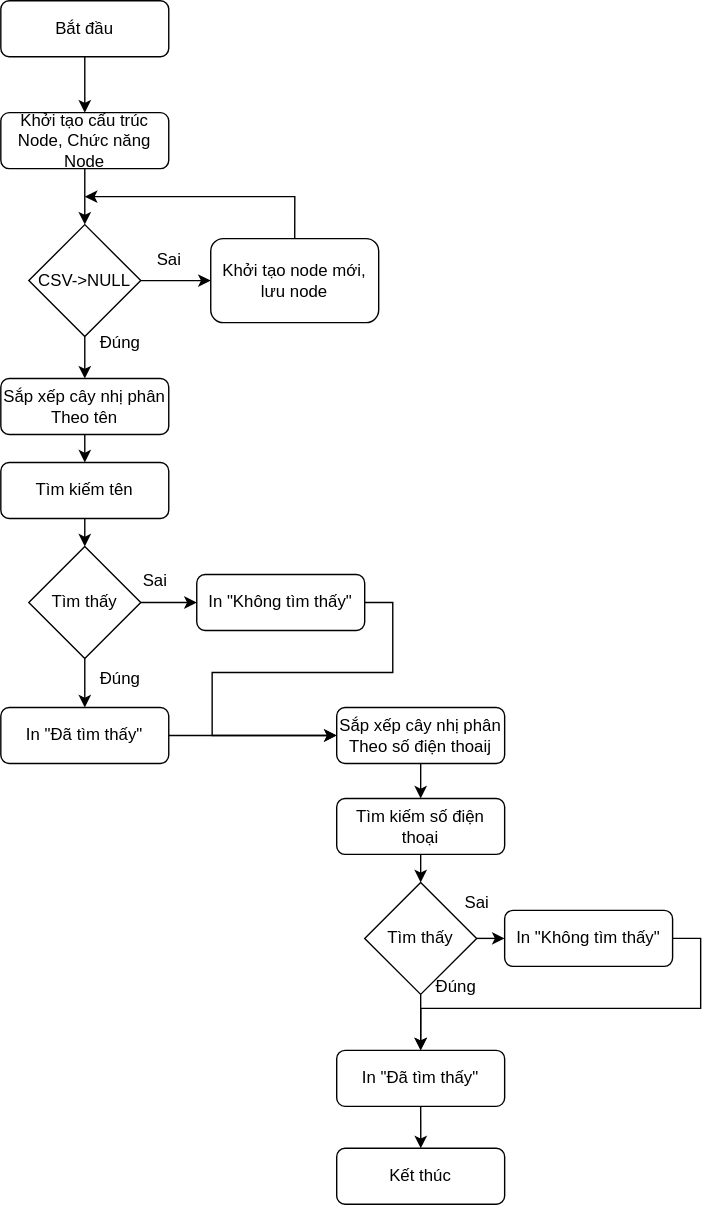
The draw.io diagram Bai12_BINARY_SEARCH/Untitled Diagram.drawio.svg in Daencr7/C_advanced, before a commit. Source tidied: cells renumbered, new cells last; positions are measured from the earlier drawing's top-left corner, leaving out a move shared by most shapes.
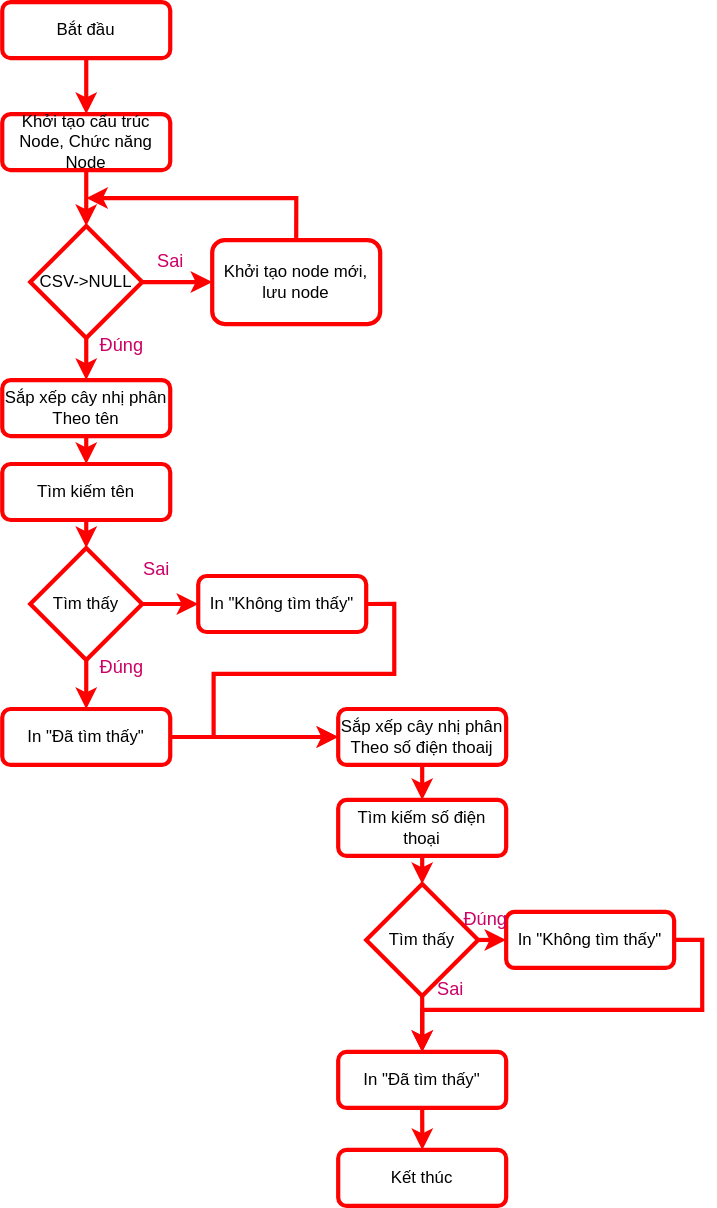
The same file after the commit.

The edit, as a diff of the source:
```diff
@@ -2,19 +2,19 @@
   <root>
     <mxCell id="0" />
     <mxCell id="1" parent="0" />
-    <mxCell id="2" style="edgeStyle=orthogonalEdgeStyle;rounded=0;jettySize=auto;html=1;exitX=0.5;exitY=1;exitDx=0;exitDy=0;entryX=0.5;entryY=0;entryDx=0;entryDy=0;" parent="1" edge="1" source="3" target="5">
+    <mxCell id="2" style="edgeStyle=orthogonalEdgeStyle;rounded=0;jettySize=auto;html=1;exitX=0.5;exitY=1;exitDx=0;exitDy=0;entryX=0.5;entryY=0;entryDx=0;entryDy=0;strokeWidth=3;strokeColor=#FF0000;" parent="1" edge="1" source="3" target="5">
       <mxGeometry relative="1" as="geometry" />
     </mxCell>
-    <mxCell id="3" value="Bắt đầu" style="rounded=1;whiteSpace=wrap;html=1;fontSize=12;glass=0;strokeWidth=1;shadow=0;" parent="1" vertex="1">
+    <mxCell id="3" value="Bắt đầu" style="rounded=1;whiteSpace=wrap;html=1;fontSize=12;glass=0;strokeWidth=3;shadow=0;strokeColor=#FF0000;" parent="1" vertex="1">
       <mxGeometry width="120" height="40" as="geometry" />
     </mxCell>
-    <mxCell id="4" style="edgeStyle=orthogonalEdgeStyle;rounded=0;jettySize=auto;html=1;exitX=0.5;exitY=1;exitDx=0;exitDy=0;entryX=0.5;entryY=0;entryDx=0;entryDy=0;" parent="1" edge="1" source="5" target="10">
+    <mxCell id="4" style="edgeStyle=orthogonalEdgeStyle;rounded=0;jettySize=auto;html=1;exitX=0.5;exitY=1;exitDx=0;exitDy=0;entryX=0.5;entryY=0;entryDx=0;entryDy=0;strokeWidth=3;strokeColor=#FF0000;" parent="1" edge="1" source="5" target="10">
       <mxGeometry relative="1" as="geometry" />
     </mxCell>
-    <mxCell id="5" value="Khởi tạo cấu trúc Node, Chức năng Node" style="rounded=1;whiteSpace=wrap;html=1;fontSize=12;glass=0;strokeWidth=1;shadow=0;" parent="1" vertex="1">
+    <mxCell id="5" value="Khởi tạo cấu trúc Node, Chức năng Node" style="rounded=1;whiteSpace=wrap;html=1;fontSize=12;glass=0;strokeWidth=3;shadow=0;strokeColor=#FF0000;" parent="1" vertex="1">
       <mxGeometry y="80" width="120" height="40" as="geometry" />
     </mxCell>
-    <mxCell id="6" style="edgeStyle=orthogonalEdgeStyle;rounded=0;jettySize=auto;html=1;exitX=0.5;exitY=0;exitDx=0;exitDy=0;" parent="1" edge="1" source="7">
+    <mxCell id="6" style="edgeStyle=orthogonalEdgeStyle;rounded=0;jettySize=auto;html=1;exitX=0.5;exitY=0;exitDx=0;exitDy=0;strokeWidth=3;strokeColor=#FF0000;" parent="1" edge="1" source="7">
       <mxGeometry relative="1" as="geometry">
         <mxPoint x="60" y="140" as="targetPoint" />
         <Array as="points">
@@ -22,43 +22,40 @@
         </Array>
       </mxGeometry>
     </mxCell>
-    <mxCell id="7" value="Khởi tạo node mới, lưu node" style="rounded=1;whiteSpace=wrap;html=1;fontSize=12;glass=0;strokeWidth=1;shadow=0;" parent="1" vertex="1">
+    <mxCell id="7" value="Khởi tạo node mới, lưu node" style="rounded=1;whiteSpace=wrap;html=1;fontSize=12;glass=0;strokeWidth=3;shadow=0;strokeColor=#FF0000;" parent="1" vertex="1">
       <mxGeometry x="150" y="170" width="120" height="60" as="geometry" />
     </mxCell>
-    <mxCell id="8" style="edgeStyle=orthogonalEdgeStyle;rounded=0;jettySize=auto;html=1;exitX=1;exitY=0.5;exitDx=0;exitDy=0;" parent="1" edge="1" source="10" target="7">
+    <mxCell id="8" style="edgeStyle=orthogonalEdgeStyle;rounded=0;jettySize=auto;html=1;exitX=1;exitY=0.5;exitDx=0;exitDy=0;strokeWidth=3;strokeColor=#FF0000;" parent="1" edge="1" source="10" target="7">
       <mxGeometry relative="1" as="geometry" />
     </mxCell>
-    <mxCell id="9" style="edgeStyle=orthogonalEdgeStyle;rounded=0;jettySize=auto;html=1;exitX=0.5;exitY=1;exitDx=0;exitDy=0;entryX=0.5;entryY=0;entryDx=0;entryDy=0;" parent="1" edge="1" source="10" target="13">
+    <mxCell id="9" style="edgeStyle=orthogonalEdgeStyle;rounded=0;jettySize=auto;html=1;exitX=0.5;exitY=1;exitDx=0;exitDy=0;entryX=0.5;entryY=0;entryDx=0;entryDy=0;strokeWidth=3;strokeColor=#FF0000;" parent="1" edge="1" source="10" target="13">
       <mxGeometry relative="1" as="geometry" />
     </mxCell>
-    <mxCell id="10" value="CSV-&amp;gt;NULL" style="rhombus;whiteSpace=wrap;html=1;" parent="1" vertex="1">
+    <mxCell id="10" value="CSV-&amp;gt;NULL" style="rhombus;whiteSpace=wrap;html=1;strokeWidth=3;strokeColor=#FF0000;" parent="1" vertex="1">
       <mxGeometry x="20" y="160" width="80" height="80" as="geometry" />
     </mxCell>
-    <mxCell id="11" value="Sai" style="text;html=1;align=center;verticalAlign=middle;strokeColor=none;fillColor=none;" parent="1" vertex="1">
-      <mxGeometry x="100" y="170" width="40" height="30" as="geometry" />
-    </mxCell>
-    <mxCell id="12" style="edgeStyle=orthogonalEdgeStyle;rounded=0;jettySize=auto;html=1;exitX=0.5;exitY=1;exitDx=0;exitDy=0;entryX=0.5;entryY=0;entryDx=0;entryDy=0;" parent="1" edge="1" source="13" target="15">
+    <mxCell id="12" style="edgeStyle=orthogonalEdgeStyle;rounded=0;jettySize=auto;html=1;exitX=0.5;exitY=1;exitDx=0;exitDy=0;entryX=0.5;entryY=0;entryDx=0;entryDy=0;strokeWidth=3;strokeColor=#FF0000;" parent="1" edge="1" source="13" target="15">
       <mxGeometry relative="1" as="geometry" />
     </mxCell>
-    <mxCell id="13" value="&lt;div&gt;Sắp xếp cây nhị phân&lt;/div&gt;&lt;div&gt;Theo tên&lt;/div&gt;" style="rounded=1;whiteSpace=wrap;html=1;fontSize=12;glass=0;strokeWidth=1;shadow=0;" parent="1" vertex="1">
+    <mxCell id="13" value="&lt;div&gt;Sắp xếp cây nhị phân&lt;/div&gt;&lt;div&gt;Theo tên&lt;/div&gt;" style="rounded=1;whiteSpace=wrap;html=1;fontSize=12;glass=0;strokeWidth=3;shadow=0;strokeColor=#FF0000;" parent="1" vertex="1">
       <mxGeometry y="270" width="120" height="40" as="geometry" />
     </mxCell>
-    <mxCell id="14" style="edgeStyle=orthogonalEdgeStyle;rounded=0;jettySize=auto;html=1;exitX=0.5;exitY=1;exitDx=0;exitDy=0;entryX=0.5;entryY=0;entryDx=0;entryDy=0;" parent="1" edge="1" source="15" target="18">
+    <mxCell id="14" style="edgeStyle=orthogonalEdgeStyle;rounded=0;jettySize=auto;html=1;exitX=0.5;exitY=1;exitDx=0;exitDy=0;entryX=0.5;entryY=0;entryDx=0;entryDy=0;strokeWidth=3;strokeColor=#FF0000;" parent="1" edge="1" source="15" target="18">
       <mxGeometry relative="1" as="geometry" />
     </mxCell>
-    <mxCell id="15" value="Tìm kiếm tên" style="rounded=1;whiteSpace=wrap;html=1;fontSize=12;glass=0;strokeWidth=1;shadow=0;" parent="1" vertex="1">
+    <mxCell id="15" value="Tìm kiếm tên" style="rounded=1;whiteSpace=wrap;html=1;fontSize=12;glass=0;strokeWidth=3;shadow=0;strokeColor=#FF0000;" parent="1" vertex="1">
       <mxGeometry y="330" width="120" height="40" as="geometry" />
     </mxCell>
-    <mxCell id="16" style="edgeStyle=orthogonalEdgeStyle;rounded=0;jettySize=auto;html=1;exitX=1;exitY=0.5;exitDx=0;exitDy=0;entryX=0;entryY=0.5;entryDx=0;entryDy=0;" parent="1" edge="1" source="18" target="20">
+    <mxCell id="16" style="edgeStyle=orthogonalEdgeStyle;rounded=0;jettySize=auto;html=1;exitX=1;exitY=0.5;exitDx=0;exitDy=0;entryX=0;entryY=0.5;entryDx=0;entryDy=0;strokeWidth=3;strokeColor=#FF0000;" parent="1" edge="1" source="18" target="20">
       <mxGeometry relative="1" as="geometry" />
     </mxCell>
-    <mxCell id="17" style="edgeStyle=orthogonalEdgeStyle;rounded=0;jettySize=auto;html=1;exitX=0.5;exitY=1;exitDx=0;exitDy=0;entryX=0.5;entryY=0;entryDx=0;entryDy=0;" parent="1" edge="1" source="18" target="22">
+    <mxCell id="17" style="edgeStyle=orthogonalEdgeStyle;rounded=0;jettySize=auto;html=1;exitX=0.5;exitY=1;exitDx=0;exitDy=0;entryX=0.5;entryY=0;entryDx=0;entryDy=0;strokeWidth=3;strokeColor=#FF0000;" parent="1" edge="1" source="18" target="22">
       <mxGeometry relative="1" as="geometry" />
     </mxCell>
-    <mxCell id="18" value="Tìm thấy" style="rhombus;whiteSpace=wrap;html=1;" parent="1" vertex="1">
+    <mxCell id="18" value="Tìm thấy" style="rhombus;whiteSpace=wrap;html=1;strokeWidth=3;strokeColor=#FF0000;" parent="1" vertex="1">
       <mxGeometry x="20" y="390" width="80" height="80" as="geometry" />
     </mxCell>
-    <mxCell id="19" style="edgeStyle=orthogonalEdgeStyle;rounded=0;jettySize=auto;html=1;exitX=1;exitY=0.5;exitDx=0;exitDy=0;entryX=0;entryY=0.5;entryDx=0;entryDy=0;" parent="1" edge="1" source="20" target="27">
+    <mxCell id="19" style="edgeStyle=orthogonalEdgeStyle;rounded=0;jettySize=auto;html=1;exitX=1;exitY=0.5;exitDx=0;exitDy=0;entryX=0;entryY=0.5;entryDx=0;entryDy=0;strokeWidth=3;strokeColor=#FF0000;" parent="1" edge="1" source="20" target="27">
       <mxGeometry relative="1" as="geometry">
         <Array as="points">
           <mxPoint x="280" y="430" />
@@ -68,65 +65,68 @@
         </Array>
       </mxGeometry>
     </mxCell>
-    <mxCell id="20" value="In &quot;Không tìm thấy&quot;" style="rounded=1;whiteSpace=wrap;html=1;fontSize=12;glass=0;strokeWidth=1;shadow=0;" parent="1" vertex="1">
+    <mxCell id="20" value="In &quot;Không tìm thấy&quot;" style="rounded=1;whiteSpace=wrap;html=1;fontSize=12;glass=0;strokeWidth=3;shadow=0;strokeColor=#FF0000;" parent="1" vertex="1">
       <mxGeometry x="140" y="410" width="120" height="40" as="geometry" />
     </mxCell>
-    <mxCell id="21" style="edgeStyle=orthogonalEdgeStyle;rounded=0;jettySize=auto;html=1;exitX=1;exitY=0.5;exitDx=0;exitDy=0;entryX=0;entryY=0.5;entryDx=0;entryDy=0;" parent="1" edge="1" source="22" target="27">
+    <mxCell id="21" style="edgeStyle=orthogonalEdgeStyle;rounded=0;jettySize=auto;html=1;exitX=1;exitY=0.5;exitDx=0;exitDy=0;entryX=0;entryY=0.5;entryDx=0;entryDy=0;strokeWidth=3;strokeColor=#FF0000;" parent="1" edge="1" source="22" target="27">
       <mxGeometry relative="1" as="geometry" />
     </mxCell>
-    <mxCell id="22" value="In &quot;Đã tìm thấy&quot;" style="rounded=1;whiteSpace=wrap;html=1;fontSize=12;glass=0;strokeWidth=1;shadow=0;" parent="1" vertex="1">
+    <mxCell id="22" value="In &quot;Đã tìm thấy&quot;" style="rounded=1;whiteSpace=wrap;html=1;fontSize=12;glass=0;strokeWidth=3;shadow=0;strokeColor=#FF0000;" parent="1" vertex="1">
       <mxGeometry y="505" width="120" height="40" as="geometry" />
     </mxCell>
-    <mxCell id="23" value="Đúng" style="text;html=1;align=center;verticalAlign=middle;strokeColor=none;fillColor=none;" parent="1" vertex="1">
-      <mxGeometry x="60" y="470" width="50" height="30" as="geometry" />
+    <mxCell id="23" value="Đúng" style="text;html=1;align=center;verticalAlign=middle;strokeColor=none;fillColor=none;fontSize=13;fontColor=#CC0066;" parent="1" vertex="1">
+      <mxGeometry x="60" y="230" width="50" height="30" as="geometry" />
     </mxCell>
-    <mxCell id="24" value="Sai" style="text;html=1;align=center;verticalAlign=middle;strokeColor=none;fillColor=none;" parent="1" vertex="1">
-      <mxGeometry x="90" y="400" width="40" height="30" as="geometry" />
+    <mxCell id="24" value="Sai" style="text;html=1;align=center;verticalAlign=middle;strokeColor=none;fillColor=none;fontSize=13;fontColor=#CC0066;" parent="1" vertex="1">
+      <mxGeometry x="90" y="390" width="40" height="30" as="geometry" />
     </mxCell>
-    <mxCell id="25" value="Đúng" style="text;html=1;align=center;verticalAlign=middle;strokeColor=none;fillColor=none;" parent="1" vertex="1">
-      <mxGeometry x="60" y="230" width="50" height="30" as="geometry" />
+    <mxCell id="25" value="Đúng" style="text;html=1;align=center;verticalAlign=middle;strokeColor=none;fillColor=none;fontSize=13;fontColor=#CC0066;" parent="1" vertex="1">
+      <mxGeometry x="60" y="460" width="50" height="30" as="geometry" />
     </mxCell>
-    <mxCell id="26" style="edgeStyle=orthogonalEdgeStyle;rounded=0;jettySize=auto;html=1;exitX=0.5;exitY=1;exitDx=0;exitDy=0;entryX=0.5;entryY=0;entryDx=0;entryDy=0;" parent="1" edge="1" source="27" target="29">
+    <mxCell id="26" style="edgeStyle=orthogonalEdgeStyle;rounded=0;jettySize=auto;html=1;exitX=0.5;exitY=1;exitDx=0;exitDy=0;entryX=0.5;entryY=0;entryDx=0;entryDy=0;strokeWidth=3;strokeColor=#FF0000;" parent="1" edge="1" source="27" target="29">
       <mxGeometry relative="1" as="geometry" />
     </mxCell>
-    <mxCell id="27" value="&lt;div&gt;Sắp xếp cây nhị phân&lt;/div&gt;&lt;div&gt;Theo số điện thoaij&lt;/div&gt;" style="rounded=1;whiteSpace=wrap;html=1;fontSize=12;glass=0;strokeWidth=1;shadow=0;" parent="1" vertex="1">
+    <mxCell id="27" value="&lt;div&gt;Sắp xếp cây nhị phân&lt;/div&gt;&lt;div&gt;Theo số điện thoaij&lt;/div&gt;" style="rounded=1;whiteSpace=wrap;html=1;fontSize=12;glass=0;strokeWidth=3;shadow=0;strokeColor=#FF0000;" parent="1" vertex="1">
       <mxGeometry x="240" y="505" width="120" height="40" as="geometry" />
     </mxCell>
-    <mxCell id="28" style="edgeStyle=orthogonalEdgeStyle;rounded=0;jettySize=auto;html=1;exitX=0.5;exitY=1;exitDx=0;exitDy=0;entryX=0.5;entryY=0;entryDx=0;entryDy=0;" parent="1" edge="1" source="29" target="32">
+    <mxCell id="28" style="edgeStyle=orthogonalEdgeStyle;rounded=0;jettySize=auto;html=1;exitX=0.5;exitY=1;exitDx=0;exitDy=0;entryX=0.5;entryY=0;entryDx=0;entryDy=0;strokeWidth=3;strokeColor=#FF0000;" parent="1" edge="1" source="29" target="32">
       <mxGeometry relative="1" as="geometry" />
     </mxCell>
-    <mxCell id="29" value="Tìm kiếm số điện thoại" style="rounded=1;whiteSpace=wrap;html=1;fontSize=12;glass=0;strokeWidth=1;shadow=0;" parent="1" vertex="1">
+    <mxCell id="29" value="Tìm kiếm số điện thoại" style="rounded=1;whiteSpace=wrap;html=1;fontSize=12;glass=0;strokeWidth=3;shadow=0;strokeColor=#FF0000;" parent="1" vertex="1">
       <mxGeometry x="240" y="570" width="120" height="40" as="geometry" />
     </mxCell>
-    <mxCell id="30" style="edgeStyle=orthogonalEdgeStyle;rounded=0;jettySize=auto;html=1;exitX=1;exitY=0.5;exitDx=0;exitDy=0;entryX=0;entryY=0.5;entryDx=0;entryDy=0;" parent="1" edge="1" source="32" target="34">
+    <mxCell id="30" style="edgeStyle=orthogonalEdgeStyle;rounded=0;jettySize=auto;html=1;exitX=1;exitY=0.5;exitDx=0;exitDy=0;entryX=0;entryY=0.5;entryDx=0;entryDy=0;strokeWidth=3;strokeColor=#FF0000;" parent="1" edge="1" source="32" target="34">
       <mxGeometry relative="1" as="geometry" />
     </mxCell>
-    <mxCell id="31" style="edgeStyle=orthogonalEdgeStyle;rounded=0;jettySize=auto;html=1;exitX=0.5;exitY=1;exitDx=0;exitDy=0;entryX=0.5;entryY=0;entryDx=0;entryDy=0;" parent="1" edge="1" source="32" target="36">
+    <mxCell id="31" style="edgeStyle=orthogonalEdgeStyle;rounded=0;jettySize=auto;html=1;exitX=0.5;exitY=1;exitDx=0;exitDy=0;entryX=0.5;entryY=0;entryDx=0;entryDy=0;strokeWidth=3;strokeColor=#FF0000;" parent="1" edge="1" source="32" target="36">
       <mxGeometry relative="1" as="geometry" />
     </mxCell>
-    <mxCell id="32" value="Tìm thấy" style="rhombus;whiteSpace=wrap;html=1;" parent="1" vertex="1">
+    <mxCell id="32" value="Tìm thấy" style="rhombus;whiteSpace=wrap;html=1;strokeWidth=3;strokeColor=#FF0000;" parent="1" vertex="1">
       <mxGeometry x="260" y="630" width="80" height="80" as="geometry" />
     </mxCell>
-    <mxCell id="33" style="edgeStyle=orthogonalEdgeStyle;rounded=0;jettySize=auto;html=1;exitX=1;exitY=0.5;exitDx=0;exitDy=0;entryX=0.5;entryY=0;entryDx=0;entryDy=0;" parent="1" edge="1" source="34" target="36">
+    <mxCell id="33" style="edgeStyle=orthogonalEdgeStyle;rounded=0;jettySize=auto;html=1;exitX=1;exitY=0.5;exitDx=0;exitDy=0;entryX=0.5;entryY=0;entryDx=0;entryDy=0;strokeWidth=3;strokeColor=#FF0000;" parent="1" edge="1" source="34" target="36">
       <mxGeometry relative="1" as="geometry" />
     </mxCell>
-    <mxCell id="34" value="In &quot;Không tìm thấy&quot;" style="rounded=1;whiteSpace=wrap;html=1;fontSize=12;glass=0;strokeWidth=1;shadow=0;" parent="1" vertex="1">
+    <mxCell id="34" value="In &quot;Không tìm thấy&quot;" style="rounded=1;whiteSpace=wrap;html=1;fontSize=12;glass=0;strokeWidth=3;shadow=0;strokeColor=#FF0000;" parent="1" vertex="1">
       <mxGeometry x="360" y="650" width="120" height="40" as="geometry" />
     </mxCell>
-    <mxCell id="35" style="edgeStyle=orthogonalEdgeStyle;rounded=0;jettySize=auto;html=1;exitX=0.5;exitY=1;exitDx=0;exitDy=0;" parent="1" edge="1" source="36" target="39">
+    <mxCell id="35" style="edgeStyle=orthogonalEdgeStyle;rounded=0;jettySize=auto;html=1;exitX=0.5;exitY=1;exitDx=0;exitDy=0;strokeWidth=3;strokeColor=#FF0000;" parent="1" edge="1" source="36" target="39">
       <mxGeometry relative="1" as="geometry" />
     </mxCell>
-    <mxCell id="36" value="In &quot;Đã tìm thấy&quot;" style="rounded=1;whiteSpace=wrap;html=1;fontSize=12;glass=0;strokeWidth=1;shadow=0;" parent="1" vertex="1">
+    <mxCell id="36" value="In &quot;Đã tìm thấy&quot;" style="rounded=1;whiteSpace=wrap;html=1;fontSize=12;glass=0;strokeWidth=3;shadow=0;strokeColor=#FF0000;" parent="1" vertex="1">
       <mxGeometry x="240" y="750" width="120" height="40" as="geometry" />
     </mxCell>
-    <mxCell id="37" value="Sai" style="text;html=1;align=center;verticalAlign=middle;strokeColor=none;fillColor=none;" parent="1" vertex="1">
-      <mxGeometry x="320" y="630" width="40" height="30" as="geometry" />
+    <mxCell id="37" value="Sai" style="text;html=1;align=center;verticalAlign=middle;strokeColor=none;fillColor=none;fontSize=13;fontColor=#CC0066;" parent="1" vertex="1">
+      <mxGeometry x="300" y="690" width="40" height="30" as="geometry" />
     </mxCell>
-    <mxCell id="38" value="Đúng" style="text;html=1;align=center;verticalAlign=middle;strokeColor=none;fillColor=none;" parent="1" vertex="1">
-      <mxGeometry x="300" y="690" width="50" height="30" as="geometry" />
+    <mxCell id="38" value="Đúng" style="text;html=1;align=center;verticalAlign=middle;strokeColor=none;fillColor=none;fontSize=13;fontColor=#CC0066;" parent="1" vertex="1">
+      <mxGeometry x="320" y="640" width="50" height="30" as="geometry" />
     </mxCell>
-    <mxCell id="39" value="Kết thúc" style="rounded=1;whiteSpace=wrap;html=1;fontSize=12;glass=0;strokeWidth=1;shadow=0;" parent="1" vertex="1">
+    <mxCell id="39" value="Kết thúc" style="rounded=1;whiteSpace=wrap;html=1;fontSize=12;glass=0;strokeWidth=3;shadow=0;strokeColor=#FF0000;" parent="1" vertex="1">
       <mxGeometry x="240" y="820" width="120" height="40" as="geometry" />
     </mxCell>
+    <mxCell id="11" value="Sai" style="text;html=1;align=center;verticalAlign=middle;strokeColor=none;fillColor=none;fontSize=13;fontColor=#CC0066;" parent="1" vertex="1">
+      <mxGeometry x="100" y="170" width="40" height="30" as="geometry" />
+    </mxCell>
   </root>
 </mxGraphModel>
```
